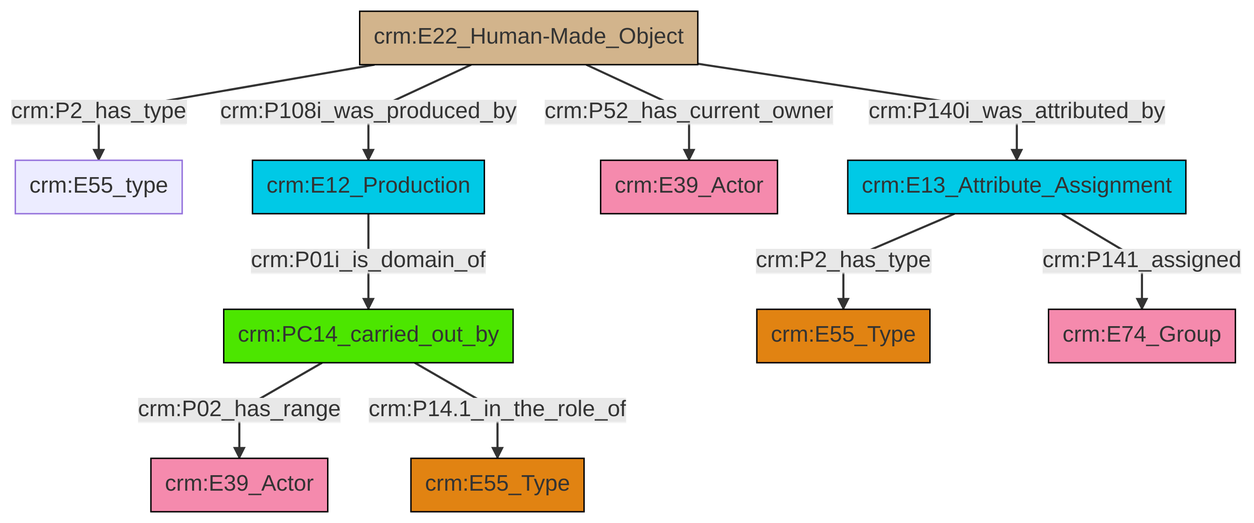
Before: et/builtWorkCSV/ttl/mmd/png/Built_Work_actor_relations.png, a diagram exported from Mermaid (swiss-art-research-net/docs.swissartresearch). Its source is kept beside it as et/builtWorkCSV/ttl/mmd/Built_Work_actor_relations.ttl.mmd.
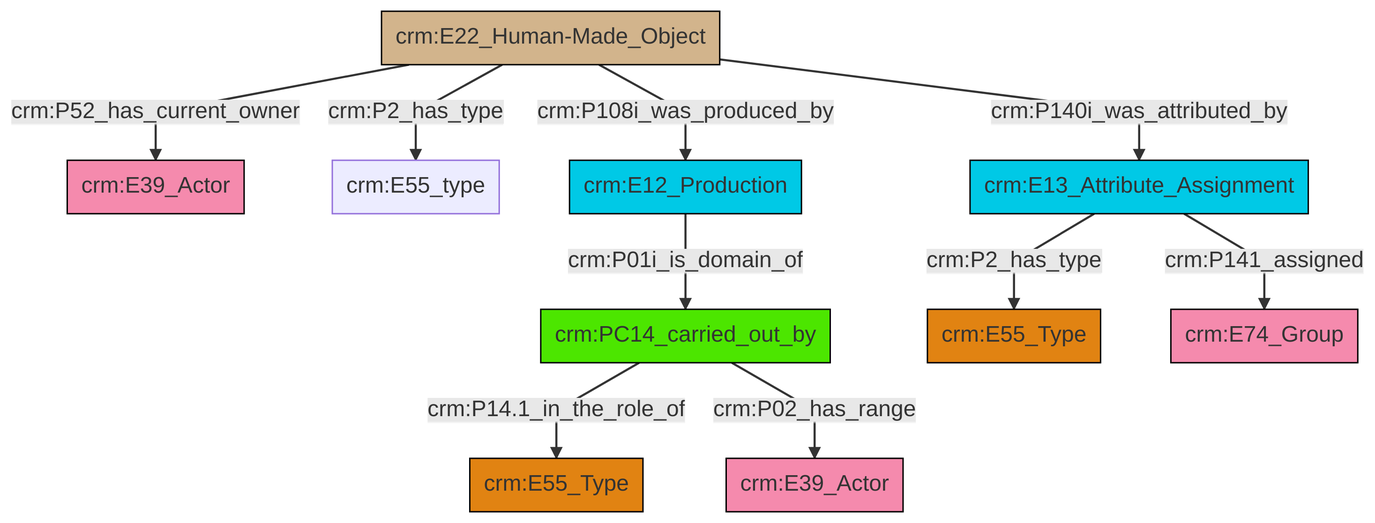
Later version of the same file.

What changed in the source:
```diff
@@ -13,12 +13,12 @@
 classDef PC_Classes fill:#4ce600, stroke:#000000;
 classDef Multi fill:#cccccc,stroke:#000000;
 
-0["crm:PC14_carried_out_by"]:::PC_Classes -->|crm:P02_has_range| 1["crm:E39_Actor"]:::Actor
-4["crm:E22_Human-Made_Object"]:::Physical_Thing -->|crm:P108i_was_produced_by| 5["crm:E12_Production"]:::Temporal_Entity
-0["crm:PC14_carried_out_by"]:::PC_Classes -->|crm:P14.1_in_the_role_of| 8["crm:E55_Type"]:::Type
-5["crm:E12_Production"]:::Temporal_Entity -->|crm:P01i_is_domain_of| 0["crm:PC14_carried_out_by"]:::PC_Classes
-4["crm:E22_Human-Made_Object"]:::Physical_Thing -->|crm:P52_has_current_owner| 10["crm:E39_Actor"]:::Actor
-12["crm:E13_Attribute_Assignment"]:::Temporal_Entity -->|crm:P141_assigned| 13["crm:E74_Group"]:::Actor
-4["crm:E22_Human-Made_Object"]:::Physical_Thing -->|crm:P2_has_type| 2["crm:E55_type"]:::Default
-12["crm:E13_Attribute_Assignment"]:::Temporal_Entity -->|crm:P2_has_type| 6["crm:E55_Type"]:::Type
-4["crm:E22_Human-Made_Object"]:::Physical_Thing -->|crm:P140i_was_attributed_by| 12["crm:E13_Attribute_Assignment"]:::Temporal_Entity
+4["crm:E22_Human-Made_Object"]:::Physical_Thing -->|crm:P2_has_type| 5["crm:E55_type"]:::Default
+2["crm:PC14_carried_out_by"]:::PC_Classes -->|crm:P14.1_in_the_role_of| 6["crm:E55_Type"]:::Type
+4["crm:E22_Human-Made_Object"]:::Physical_Thing -->|crm:P52_has_current_owner| 0["crm:E39_Actor"]:::Actor
+2["crm:PC14_carried_out_by"]:::PC_Classes -->|crm:P02_has_range| 10["crm:E39_Actor"]:::Actor
+11["crm:E13_Attribute_Assignment"]:::Temporal_Entity -->|crm:P2_has_type| 8["crm:E55_Type"]:::Type
+4["crm:E22_Human-Made_Object"]:::Physical_Thing -->|crm:P140i_was_attributed_by| 11["crm:E13_Attribute_Assignment"]:::Temporal_Entity
+4["crm:E22_Human-Made_Object"]:::Physical_Thing -->|crm:P108i_was_produced_by| 14["crm:E12_Production"]:::Temporal_Entity
+14["crm:E12_Production"]:::Temporal_Entity -->|crm:P01i_is_domain_of| 2["crm:PC14_carried_out_by"]:::PC_Classes
+11["crm:E13_Attribute_Assignment"]:::Temporal_Entity -->|crm:P141_assigned| 17["crm:E74_Group"]:::Actor
```
